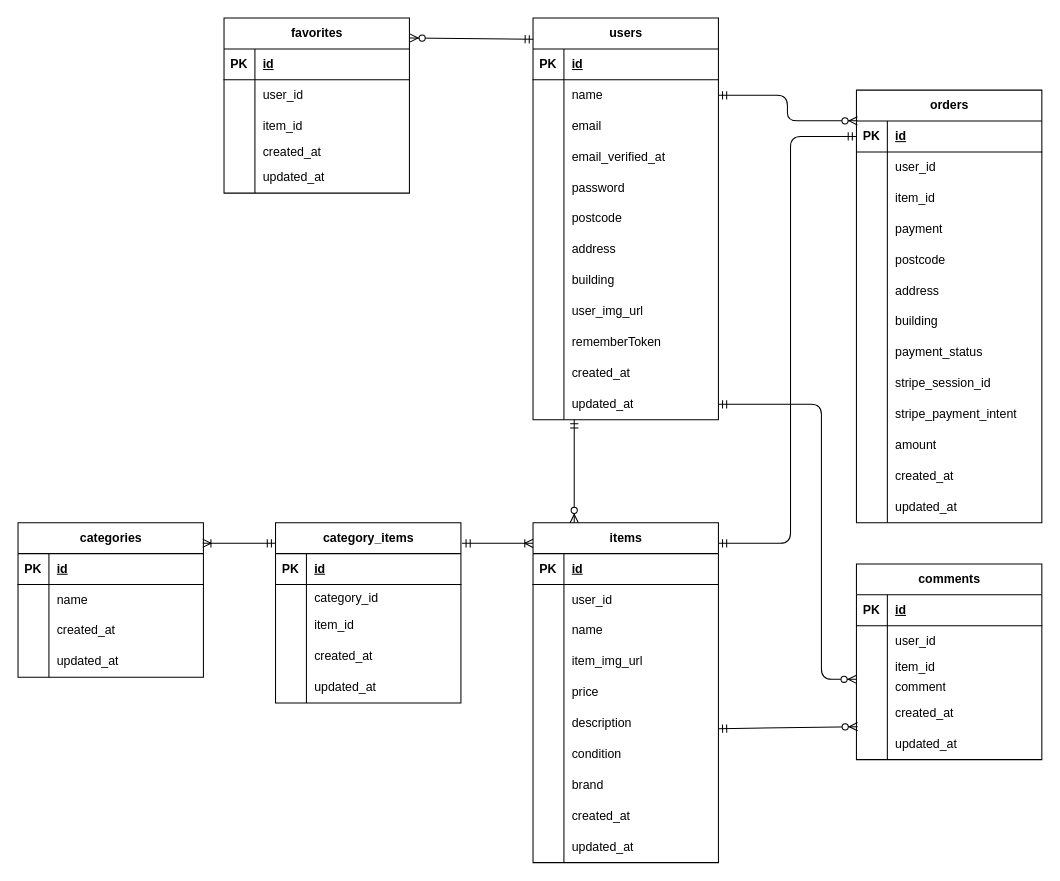
Earlier version of the draw.io diagram test2.drawio (yu1021-soni/test2). Source tidied: cells renumbered, new cells numbered last; positions are measured from the earlier drawing's top-left corner, leaving out a move shared by most shapes. Both pictures are drawn from the tidied source at 103%, with x=0, y=0 at pixel (18, 18).
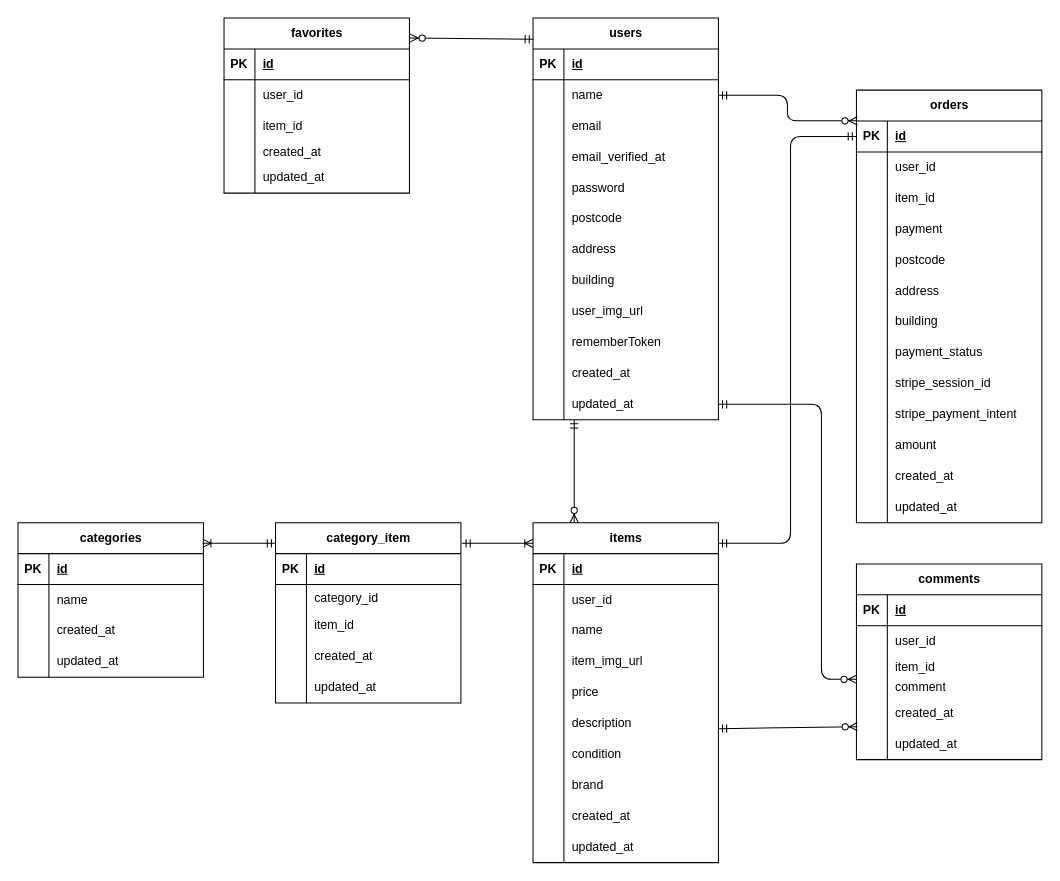
After the change.

Commit message (it also covers changes not shown here):
category_itemに変更

Diff of the diagram source:
```diff
@@
-    <mxCell id="162" value="category_items" style="shape=table;startSize=30;childLayout=tableLayout;rowLines=0;fontStyle=1;align=center;html=1;" parent="1" vertex="1">
+    <mxCell id="162" value="category_item" style="shape=table;startSize=30;childLayout=tableLayout;rowLines=0;fontStyle=1;align=center;html=1;" parent="1" vertex="1">
       <mxGeometry x="250" y="490" width="180" height="175" as="geometry" />
     </mxCell>
```
